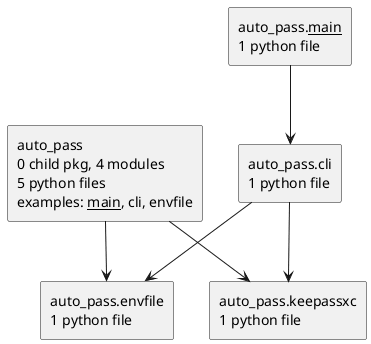
Above: docs/diagrams/python-packages.puml.png in casonk/auto-pass (PlantUML), before the change.
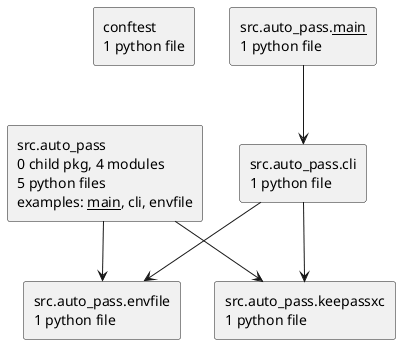
Above is the later version.

The edit, as a diff of the source:
```diff
@@ -2,14 +2,15 @@
 set namespaceSeparator none
 top to bottom direction
 skinparam componentStyle rectangle
-rectangle "auto_pass\n0 child pkg, 4 modules\n5 python files\nexamples: __main__, cli, envfile" as auto_pass
-rectangle "auto_pass.__main__\n1 python file" as auto_pass.__main__
-rectangle "auto_pass.cli\n1 python file" as auto_pass.cli
-rectangle "auto_pass.envfile\n1 python file" as auto_pass.envfile
-rectangle "auto_pass.keepassxc\n1 python file" as auto_pass.keepassxc
-auto_pass --> auto_pass.envfile
-auto_pass --> auto_pass.keepassxc
-auto_pass.__main__ --> auto_pass.cli
-auto_pass.cli --> auto_pass.envfile
-auto_pass.cli --> auto_pass.keepassxc
+rectangle "conftest\n1 python file" as conftest
+rectangle "src.auto_pass\n0 child pkg, 4 modules\n5 python files\nexamples: __main__, cli, envfile" as src.auto_pass
+rectangle "src.auto_pass.__main__\n1 python file" as src.auto_pass.__main__
+rectangle "src.auto_pass.cli\n1 python file" as src.auto_pass.cli
+rectangle "src.auto_pass.envfile\n1 python file" as src.auto_pass.envfile
+rectangle "src.auto_pass.keepassxc\n1 python file" as src.auto_pass.keepassxc
+src.auto_pass --> src.auto_pass.envfile
+src.auto_pass --> src.auto_pass.keepassxc
+src.auto_pass.__main__ --> src.auto_pass.cli
+src.auto_pass.cli --> src.auto_pass.envfile
+src.auto_pass.cli --> src.auto_pass.keepassxc
 @enduml
```
